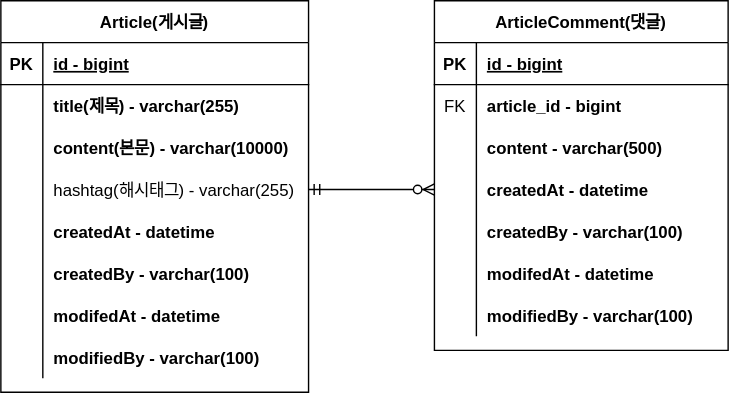
literate-t/board-project keeps this draw.io diagram as document/project-board-erd.svg. Above is the earlier version. Source tidied: cells renumbered, new cells last; positions are measured from the earlier drawing's top-left corner, leaving out a move shared by most shapes.
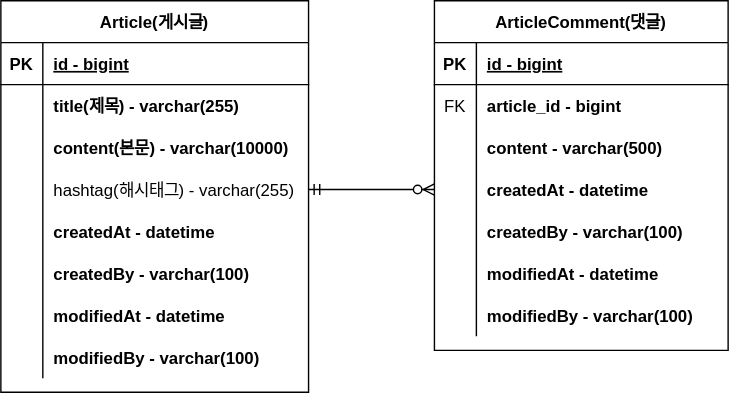
The same file after the commit.

Diff of the diagram source:
```diff
@@ -65,7 +65,7 @@
     <mxCell id="22" style="shape=partialRectangle;overflow=hidden;fillColor=none;top=0;left=0;bottom=0;right=0;" parent="21" vertex="1">
       <mxGeometry width="30" height="30" as="geometry" />
     </mxCell>
-    <mxCell id="23" value="modifedAt - datetime" style="shape=partialRectangle;overflow=hidden;fillColor=none;top=0;left=0;bottom=0;right=0;align=left;spacingLeft=6;fontStyle=1;" parent="21" vertex="1">
+    <mxCell id="23" value="modifiedAt - datetime" style="shape=partialRectangle;overflow=hidden;fillColor=none;top=0;left=0;bottom=0;right=0;align=left;spacingLeft=6;fontStyle=1;" parent="21" vertex="1">
       <mxGeometry x="30" width="190" height="30" as="geometry" />
     </mxCell>
     <mxCell id="24" style="shape=partialRectangle;fillColor=none;top=0;left=0;right=0;bottom=0;" parent="2" vertex="1">
@@ -131,7 +131,7 @@
     <mxCell id="44" style="shape=partialRectangle;overflow=hidden;fillColor=none;top=0;left=0;bottom=0;right=0;" parent="43" vertex="1">
       <mxGeometry width="30" height="30" as="geometry" />
     </mxCell>
-    <mxCell id="45" value="modifedAt - datetime" style="shape=partialRectangle;overflow=hidden;fillColor=none;top=0;left=0;bottom=0;right=0;align=left;spacingLeft=6;fontStyle=1;" parent="43" vertex="1">
+    <mxCell id="45" value="modifiedAt - datetime" style="shape=partialRectangle;overflow=hidden;fillColor=none;top=0;left=0;bottom=0;right=0;align=left;spacingLeft=6;fontStyle=1;" parent="43" vertex="1">
       <mxGeometry x="30" width="180" height="30" as="geometry" />
     </mxCell>
     <mxCell id="46" style="shape=partialRectangle;fillColor=none;top=0;left=0;right=0;bottom=0;" parent="27" vertex="1">
```
